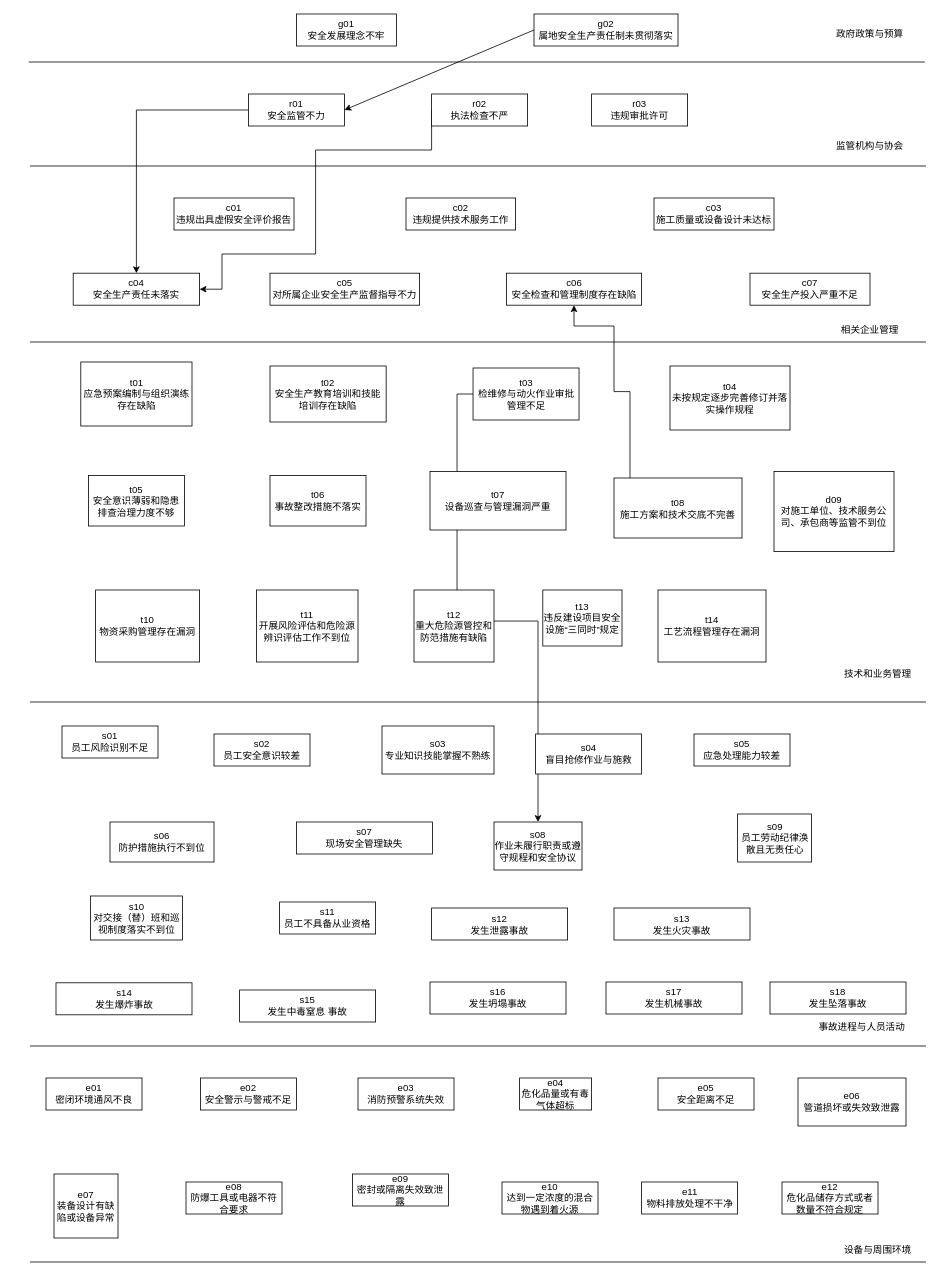
fangjiarong/docs keeps this draw.io diagram as 未命名绘图.drawio. Above is the earlier version. Source tidied: cells renumbered, new cells numbered last; positions are measured from the earlier drawing's top-left corner, leaving out a move shared by most shapes. Both pictures are drawn from the tidied source at 80%, with x=0, y=0 at pixel (28, 14).
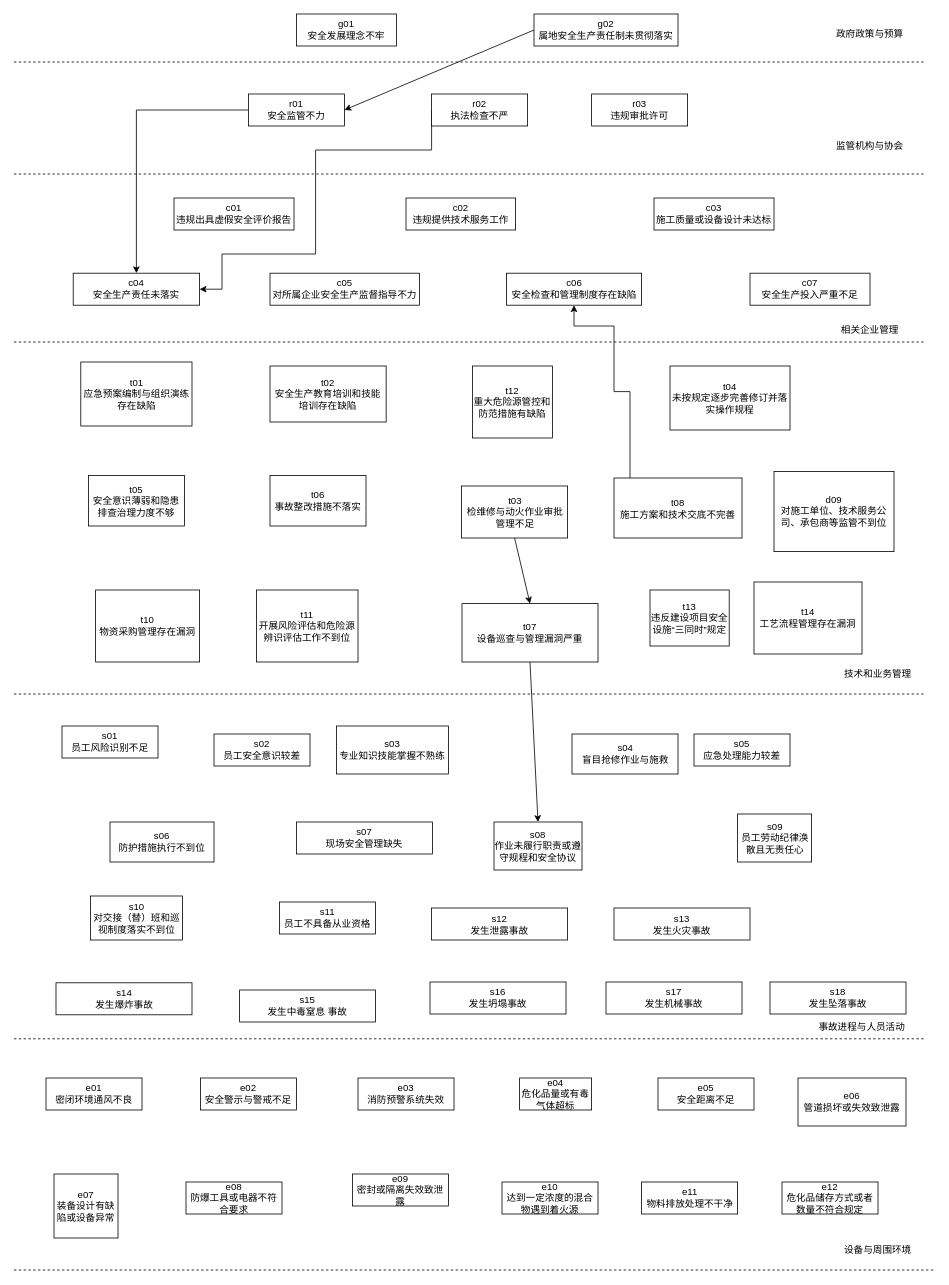
The same diagram, later.

Commit message (it also covers changes not shown here):
更新未命名绘图.drawio

The change refers to these unchanged cells:
```xml
<mxCell id="29" value="s08&lt;br&gt;作业未履行职责或遵守规程和安全协议" style="rounded=0;whiteSpace=wrap;html=1;" parent="1" vertex="1">
  <mxGeometry x="582" y="1010" width="110" height="60" as="geometry" />
</mxCell>
```

What changed in the source:
```diff
@@
-    <mxCell id="2" style="endArrow=none;html=1;rounded=0;" parent="1" edge="1">
-      <mxGeometry relative="1" as="geometry">
-        <mxPoint x="0.5" y="60" as="sourcePoint" />
-        <mxPoint x="1120.5" y="60" as="targetPoint" />
-      </mxGeometry>
-    </mxCell>
@@
-    <mxCell id="19" style="edgeStyle=orthogonalEdgeStyle;rounded=0;jettySize=auto;html=1;exitX=0;exitY=0.5;exitDx=0;exitDy=0;entryX=0.5;entryY=0;entryDx=0;entryDy=0;" parent="1" edge="1" source="20" target="29">
-      <mxGeometry relative="1" as="geometry" />
-    </mxCell>
     <mxCell id="20" value="t03&lt;br&gt;检维修与动火作业审批管理不足" style="rounded=0;whiteSpace=wrap;html=1;" parent="1" vertex="1">
-      <mxGeometry x="555.8" y="442.5" width="132.5" height="65" as="geometry" />
+      <mxGeometry x="541.5" y="590" width="132.5" height="65" as="geometry" />
     </mxCell>
@@
-    <mxCell id="22" value="t07&lt;br&gt;设备巡查与管理漏洞严重" style="rounded=0;whiteSpace=wrap;html=1;" parent="1" vertex="1">
-      <mxGeometry x="502" y="572" width="170" height="73" as="geometry" />
-    </mxCell>
@@
     <mxCell id="27" value="t12&lt;br&gt;重大危险源管控和防范措施有缺陷" style="rounded=0;whiteSpace=wrap;html=1;" parent="1" vertex="1">
-      <mxGeometry x="482" y="720" width="100" height="90" as="geometry" />
+      <mxGeometry x="555" y="440" width="100" height="90" as="geometry" />
     </mxCell>
     <mxCell id="28" value="s04&lt;br&gt;盲目抢修作业与施救" style="rounded=0;whiteSpace=wrap;html=1;" parent="1" vertex="1">
-      <mxGeometry x="634" y="900" width="132.5" height="50" as="geometry" />
+      <mxGeometry x="679.5" y="900" width="132.5" height="50" as="geometry" />
     </mxCell>
@@
     <mxCell id="34" value="s03&lt;br&gt;专业知识技能掌握不熟练" style="rounded=0;whiteSpace=wrap;html=1;" parent="1" vertex="1">
-      <mxGeometry x="442" y="890" width="140" height="60" as="geometry" />
+      <mxGeometry x="385" y="890" width="140" height="60" as="geometry" />
     </mxCell>
@@
     <mxCell id="39" value="t13&lt;br&gt;违反建设项目安全设施“三同时”规定" style="rounded=0;whiteSpace=wrap;html=1;" parent="1" vertex="1">
-      <mxGeometry x="643" y="720" width="99" height="70" as="geometry" />
+      <mxGeometry x="777" y="720" width="99" height="70" as="geometry" />
     </mxCell>
@@
-    <mxCell id="46" style="endArrow=none;html=1;rounded=0;" parent="1" edge="1">
-      <mxGeometry relative="1" as="geometry">
-        <mxPoint x="2" y="190" as="sourcePoint" />
-        <mxPoint x="1122" y="190" as="targetPoint" />
-      </mxGeometry>
-    </mxCell>
-    <mxCell id="47" style="endArrow=none;html=1;rounded=0;" parent="1" edge="1">
-      <mxGeometry relative="1" as="geometry">
-        <mxPoint x="2" y="410" as="sourcePoint" />
-        <mxPoint x="1122" y="410" as="targetPoint" />
-      </mxGeometry>
-    </mxCell>
-    <mxCell id="48" style="endArrow=none;html=1;rounded=0;" parent="1" edge="1">
-      <mxGeometry relative="1" as="geometry">
-        <mxPoint x="2" y="860" as="sourcePoint" />
-        <mxPoint x="1122" y="860" as="targetPoint" />
-      </mxGeometry>
-    </mxCell>
-    <mxCell id="49" style="endArrow=none;html=1;rounded=0;" parent="1" edge="1">
-      <mxGeometry relative="1" as="geometry">
-        <mxPoint x="2" y="1290" as="sourcePoint" />
-        <mxPoint x="1122" y="1290" as="targetPoint" />
-      </mxGeometry>
-    </mxCell>
-    <mxCell id="50" style="endArrow=none;html=1;rounded=0;" parent="1" edge="1">
-      <mxGeometry relative="1" as="geometry">
-        <mxPoint x="2" y="1560" as="sourcePoint" />
-        <mxPoint x="1122" y="1560" as="targetPoint" />
-      </mxGeometry>
-    </mxCell>
@@
     <mxCell id="54" value="t14&lt;br&gt;工艺流程管理存在漏洞" style="rounded=0;whiteSpace=wrap;html=1;" parent="1" vertex="1">
-      <mxGeometry x="787" y="720" width="135" height="90" as="geometry" />
+      <mxGeometry x="907" y="710" width="135" height="90" as="geometry" />
     </mxCell>
@@
+    <mxCell id="22" value="t07&lt;br&gt;设备巡查与管理漏洞严重" style="rounded=0;whiteSpace=wrap;html=1;" parent="1" vertex="1">
+      <mxGeometry x="542" y="737" width="170" height="73" as="geometry" />
+    </mxCell>
+    <mxCell id="75" style="endArrow=classic;html=1;rounded=0;exitX=0.5;exitY=1;exitDx=0;exitDy=0;entryX=0.5;entryY=0;entryDx=0;entryDy=0;" parent="1" edge="1" source="20" target="22">
+      <mxGeometry relative="1" as="geometry" />
+    </mxCell>
+    <mxCell id="76" style="endArrow=classic;html=1;rounded=0;exitX=0.5;exitY=1;exitDx=0;exitDy=0;entryX=0.5;entryY=0;entryDx=0;entryDy=0;" parent="1" edge="1" source="22" target="29">
+      <mxGeometry relative="1" as="geometry" />
+    </mxCell>
+    <mxCell id="77" style="endArrow=none;dashed=1;html=1;rounded=0;" parent="1" edge="1">
+      <mxGeometry relative="1" as="geometry">
+        <mxPoint x="-18" y="60" as="sourcePoint" />
+        <mxPoint x="1122" y="60" as="targetPoint" />
+      </mxGeometry>
+    </mxCell>
+    <mxCell id="78" style="endArrow=none;dashed=1;html=1;rounded=0;" parent="1" edge="1">
+      <mxGeometry relative="1" as="geometry">
+        <mxPoint x="-18" y="200" as="sourcePoint" />
+        <mxPoint x="1122" y="200" as="targetPoint" />
+      </mxGeometry>
+    </mxCell>
+    <mxCell id="79" style="endArrow=none;dashed=1;html=1;rounded=0;" parent="1" edge="1">
+      <mxGeometry relative="1" as="geometry">
+        <mxPoint x="-18" y="410" as="sourcePoint" />
+        <mxPoint x="1122" y="410" as="targetPoint" />
+      </mxGeometry>
+    </mxCell>
+    <mxCell id="80" style="endArrow=none;dashed=1;html=1;rounded=0;" parent="1" edge="1">
+      <mxGeometry relative="1" as="geometry">
+        <mxPoint x="-18" y="850" as="sourcePoint" />
+        <mxPoint x="1122" y="850" as="targetPoint" />
+      </mxGeometry>
+    </mxCell>
+    <mxCell id="81" style="endArrow=none;dashed=1;html=1;rounded=0;" parent="1" edge="1">
+      <mxGeometry relative="1" as="geometry">
+        <mxPoint x="-18" y="1281" as="sourcePoint" />
+        <mxPoint x="1122" y="1281" as="targetPoint" />
+      </mxGeometry>
+    </mxCell>
+    <mxCell id="82" style="endArrow=none;dashed=1;html=1;rounded=0;" parent="1" edge="1">
+      <mxGeometry relative="1" as="geometry">
+        <mxPoint x="-18" y="1570" as="sourcePoint" />
+        <mxPoint x="1132" y="1570" as="targetPoint" />
+      </mxGeometry>
+    </mxCell>
```
